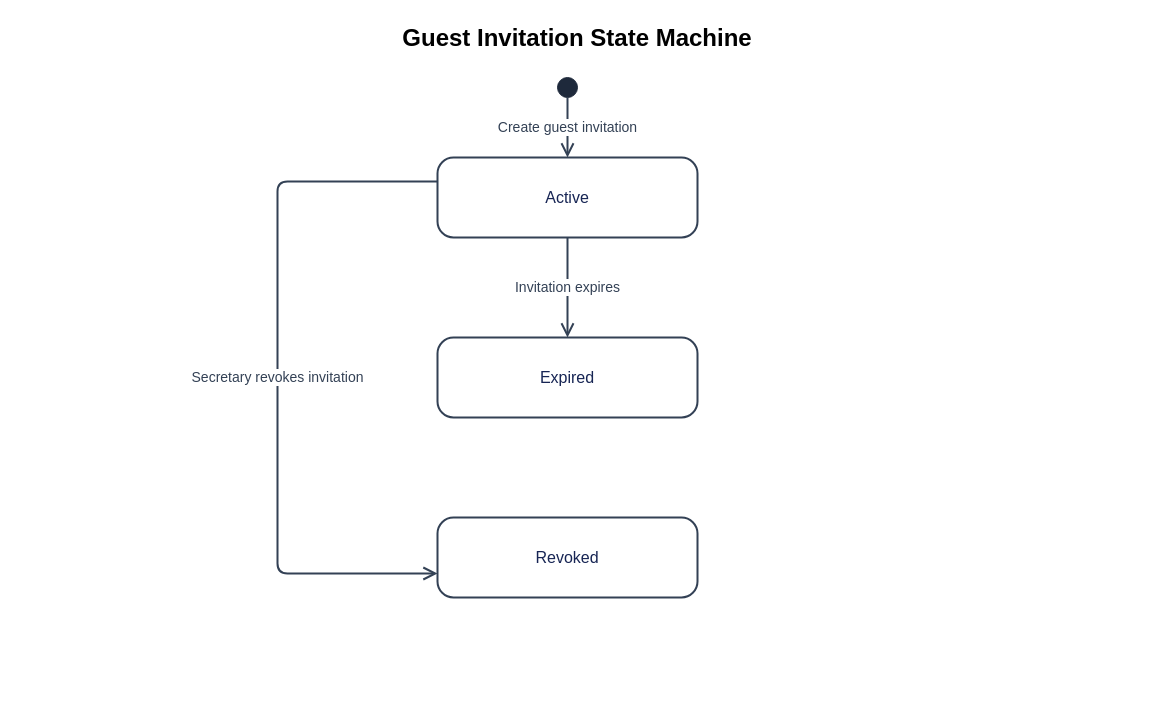
callmehai/FU-FA26-G116 keeps this draw.io diagram as docs/10-statemachine/SM-05_GuestInvitation.drawio. Above is the earlier version. Source tidied: cells renumbered, new cells numbered last; positions are measured from the earlier drawing's top-left corner, leaving out a move shared by most shapes. Both pictures are drawn from the tidied source at 100%, with x=0, y=0 at pixel (17, 17).
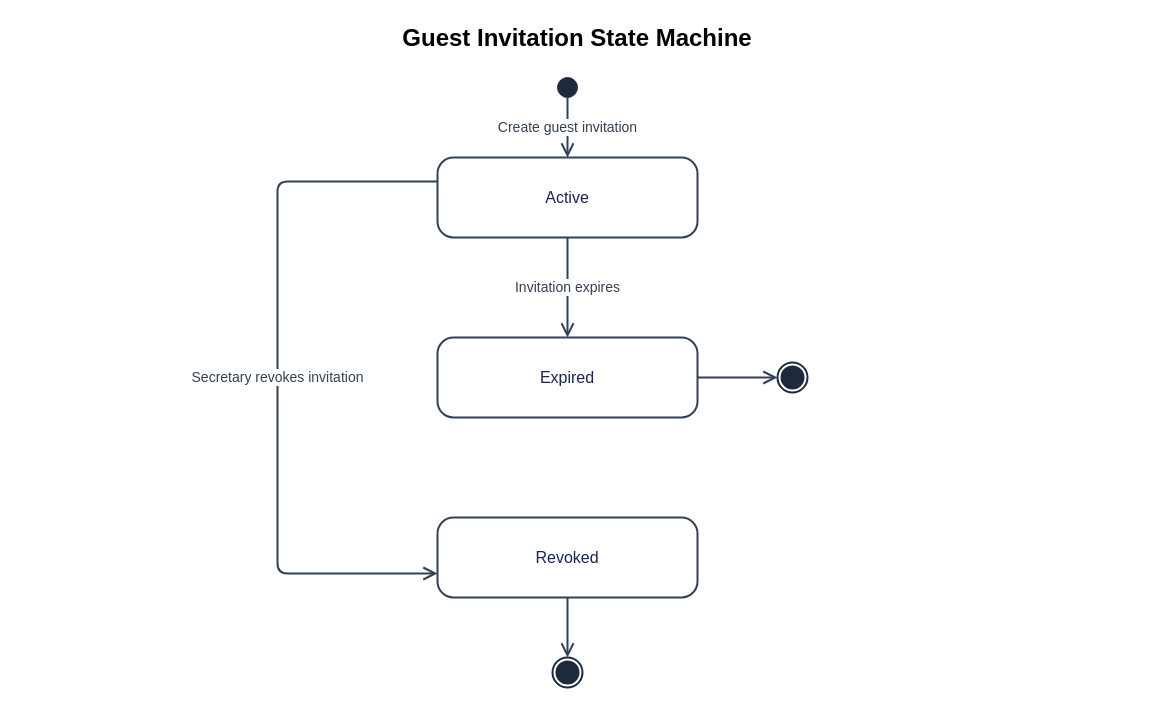
The same diagram, later.

Change to the diagram source:
```diff
@@
 <mxGraphModel background="#ffffff">
   <root>
     <mxCell id="0" />
     <mxCell id="1" parent="0" />
     <mxCell id="2" value="Guest Invitation State Machine" style="html=1;whiteSpace=wrap;fontFamily=Arial;fontSize=16;text;align=center;fontStyle=1;fontSize=24;" parent="1" vertex="1">
       <mxGeometry width="1120" height="50" as="geometry" />
     </mxCell>
     <mxCell id="3" style="html=1;whiteSpace=wrap;fontFamily=Arial;fontSize=16;ellipse;fillColor=#1e293b;strokeColor=#1e293b;" parent="1" vertex="1">
       <mxGeometry x="540" y="60" width="20" height="20" as="geometry" />
     </mxCell>
     <mxCell id="4" value="Active" style="html=1;whiteSpace=wrap;fontFamily=Arial;fontSize=16;rounded=1;arcSize=20;fillColor=#ffffff;strokeColor=#334155;fontColor=#172554;strokeWidth=2;" parent="1" vertex="1">
       <mxGeometry x="420" y="140" width="260" height="80" as="geometry" />
     </mxCell>
     <mxCell id="5" value="Expired" style="html=1;whiteSpace=wrap;fontFamily=Arial;fontSize=16;rounded=1;arcSize=20;fillColor=#ffffff;strokeColor=#334155;fontColor=#172554;strokeWidth=2;" parent="1" vertex="1">
       <mxGeometry x="420" y="320" width="260" height="80" as="geometry" />
     </mxCell>
     <mxCell id="6" value="Revoked" style="html=1;whiteSpace=wrap;fontFamily=Arial;fontSize=16;rounded=1;arcSize=20;fillColor=#ffffff;strokeColor=#334155;fontColor=#172554;strokeWidth=2;" parent="1" vertex="1">
       <mxGeometry x="420" y="500" width="260" height="80" as="geometry" />
     </mxCell>
     <mxCell id="7" value="Create guest invitation" style="edgeStyle=orthogonalEdgeStyle;rounded=1;jettySize=auto;html=1;endArrow=open;endSize=10;strokeWidth=2;strokeColor=#334155;fontColor=#334155;fontFamily=Arial;fontSize=14;labelBackgroundColor=#ffffff;exitX=0.5;exitY=1;entryX=0.5;entryY=0;" parent="1" edge="1" source="3" target="4">
       <mxGeometry relative="1" as="geometry" />
     </mxCell>
     <mxCell id="8" value="Invitation expires" style="edgeStyle=orthogonalEdgeStyle;rounded=1;jettySize=auto;html=1;endArrow=open;endSize=10;strokeWidth=2;strokeColor=#334155;fontColor=#334155;fontFamily=Arial;fontSize=14;labelBackgroundColor=#ffffff;exitX=0.5;exitY=1;entryX=0.5;entryY=0;" parent="1" edge="1" source="4" target="5">
       <mxGeometry relative="1" as="geometry" />
     </mxCell>
     <mxCell id="9" value="Secretary revokes invitation" style="edgeStyle=orthogonalEdgeStyle;rounded=1;jettySize=auto;html=1;endArrow=open;endSize=10;strokeWidth=2;strokeColor=#334155;fontColor=#334155;fontFamily=Arial;fontSize=14;labelBackgroundColor=#ffffff;exitX=0;exitY=0.3;entryX=0;entryY=0.7;" parent="1" edge="1" source="4" target="6">
       <mxGeometry relative="1" as="geometry">
         <Array as="points">
           <mxPoint x="260" y="164" />
           <mxPoint x="260" y="556" />
         </Array>
       </mxGeometry>
     </mxCell>
+    <mxCell id="10" style="ellipse;html=1;shape=endState;fillColor=#1e293b;strokeColor=#1e293b;strokeWidth=2;" parent="1" vertex="1">
+      <mxGeometry x="760" y="345" width="30" height="30" as="geometry" />
+    </mxCell>
+    <mxCell id="11" style="edgeStyle=orthogonalEdgeStyle;rounded=1;jettySize=auto;html=1;endArrow=open;endSize=10;strokeWidth=2;strokeColor=#334155;exitX=1;exitY=0.5;entryX=0;entryY=0.5;" parent="1" edge="1" source="5" target="10">
+      <mxGeometry relative="1" as="geometry" />
+    </mxCell>
+    <mxCell id="12" style="ellipse;html=1;shape=endState;fillColor=#1e293b;strokeColor=#1e293b;strokeWidth=2;" parent="1" vertex="1">
+      <mxGeometry x="535" y="640" width="30" height="30" as="geometry" />
+    </mxCell>
+    <mxCell id="13" style="edgeStyle=orthogonalEdgeStyle;rounded=1;jettySize=auto;html=1;endArrow=open;endSize=10;strokeWidth=2;strokeColor=#334155;exitX=0.5;exitY=1;entryX=0.5;entryY=0;" parent="1" edge="1" source="6" target="12">
+      <mxGeometry relative="1" as="geometry" />
+    </mxCell>
   </root>
 </mxGraphModel>
```
